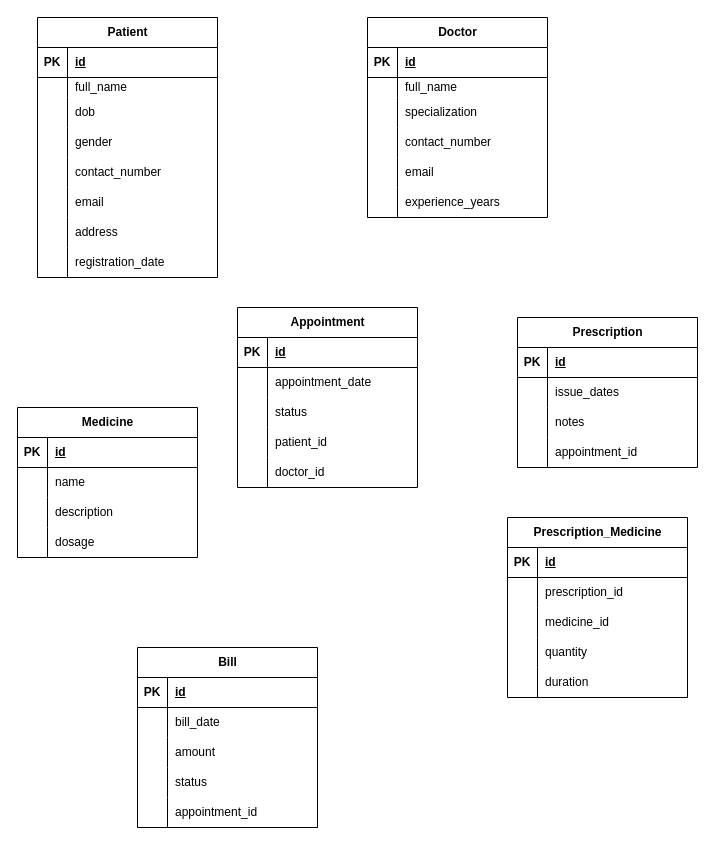
Above: Untitled Diagram.drawio in trinshika/Relationship (draw.io), before the change. Source tidied: cells renumbered, new cells numbered last; positions are measured from the earlier drawing's top-left corner, leaving out a move shared by most shapes. Both pictures are drawn from the tidied source at 100%, with x=0, y=0 at pixel (17, 17).
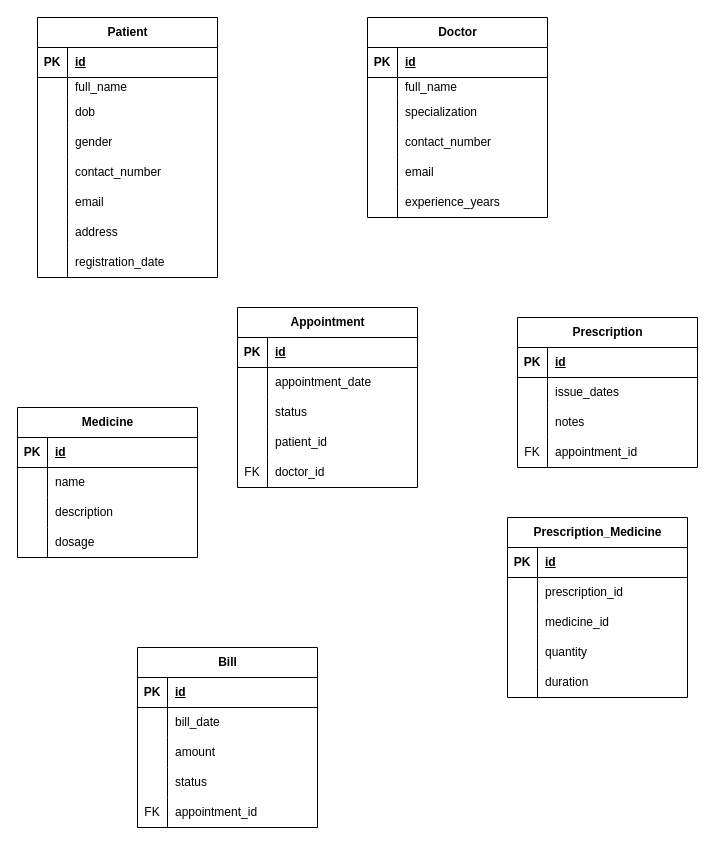
The same diagram, later.

The change refers to these unchanged cells:
```xml
<mxCell id="59" style="shape=tableRow;horizontal=0;startSize=0;swimlaneHead=0;swimlaneBody=0;fillColor=none;top=0;left=0;right=0;bottom=0;" parent="46" vertex="1">
  <mxGeometry y="150" width="180" height="30" as="geometry" />
</mxCell>
<mxCell id="72" style="shape=tableRow;horizontal=0;startSize=0;swimlaneHead=0;swimlaneBody=0;fillColor=none;top=0;left=0;right=0;bottom=0;" parent="62" vertex="1">
  <mxGeometry y="120" width="180" height="30" as="geometry" />
</mxCell>
<mxCell id="117" style="shape=tableRow;horizontal=0;startSize=0;swimlaneHead=0;swimlaneBody=0;fillColor=none;top=0;left=0;right=0;bottom=0;" parent="104" vertex="1">
  <mxGeometry y="150" width="180" height="30" as="geometry" />
</mxCell>
```

What changed in the source:
```diff
@@
-    <mxCell id="60" style="shape=partialRectangle;fillColor=none;top=0;left=0;bottom=0;right=0;overflow=hidden;whiteSpace=wrap;html=1;" parent="59" vertex="1">
+    <mxCell id="60" value="FK" style="shape=partialRectangle;fillColor=none;top=0;left=0;bottom=0;right=0;overflow=hidden;whiteSpace=wrap;html=1;" parent="59" vertex="1">
       <mxGeometry width="30" height="30" as="geometry" />
     </mxCell>
@@
-    <mxCell id="73" style="shape=partialRectangle;fillColor=none;top=0;left=0;bottom=0;right=0;overflow=hidden;whiteSpace=wrap;html=1;" parent="72" vertex="1">
+    <mxCell id="73" value="FK" style="shape=partialRectangle;fillColor=none;top=0;left=0;bottom=0;right=0;overflow=hidden;whiteSpace=wrap;html=1;" parent="72" vertex="1">
       <mxGeometry width="30" height="30" as="geometry" />
     </mxCell>
@@
-    <mxCell id="118" style="shape=partialRectangle;fillColor=none;top=0;left=0;bottom=0;right=0;overflow=hidden;whiteSpace=wrap;html=1;" parent="117" vertex="1">
+    <mxCell id="118" value="FK" style="shape=partialRectangle;fillColor=none;top=0;left=0;bottom=0;right=0;overflow=hidden;whiteSpace=wrap;html=1;" parent="117" vertex="1">
       <mxGeometry width="30" height="30" as="geometry" />
     </mxCell>
```
